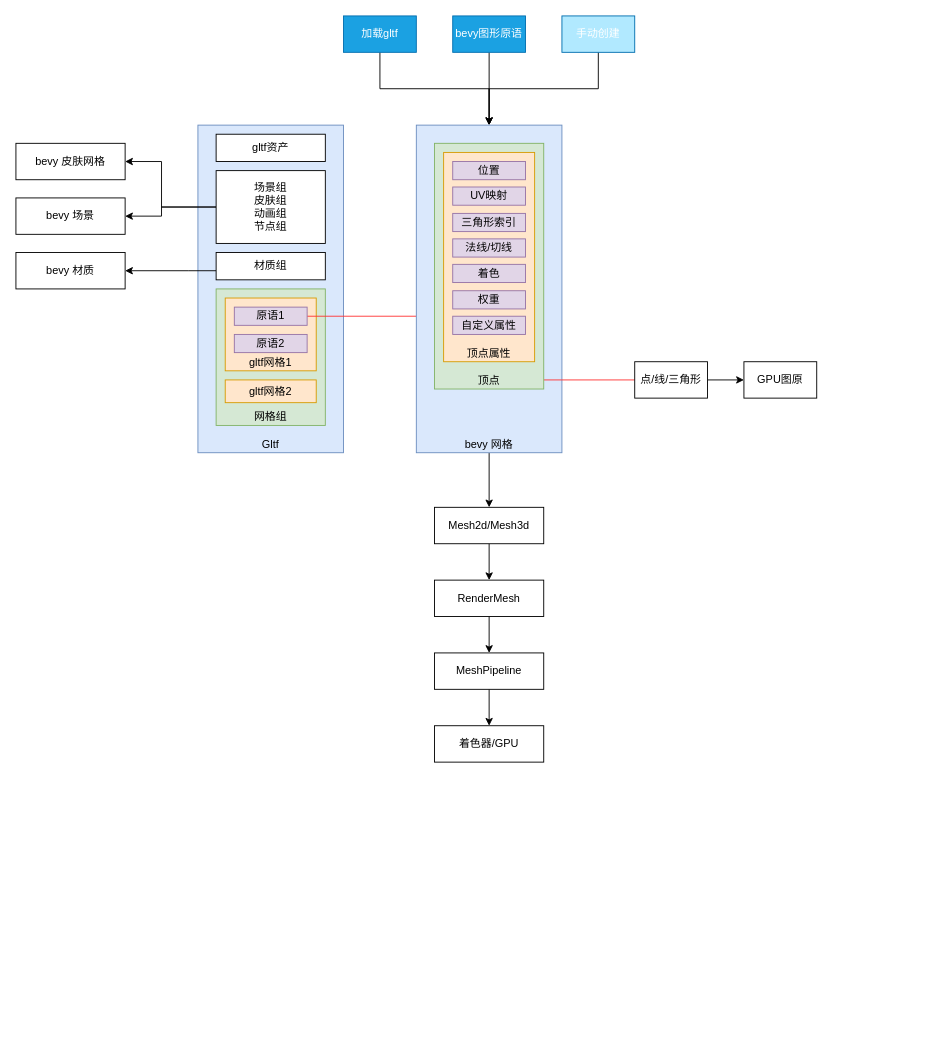
This is page "gltf" (4 of 4) of bevy-0.17.drawio from topkg/graph, a draw.io file, before an edit. Source tidied: cells renumbered, new cells numbered last; positions are measured from the earlier drawing's top-left corner, leaving out a move shared by most shapes. Both pictures are drawn from the tidied source at 91%, with x=0, y=0 at pixel (15, 15).
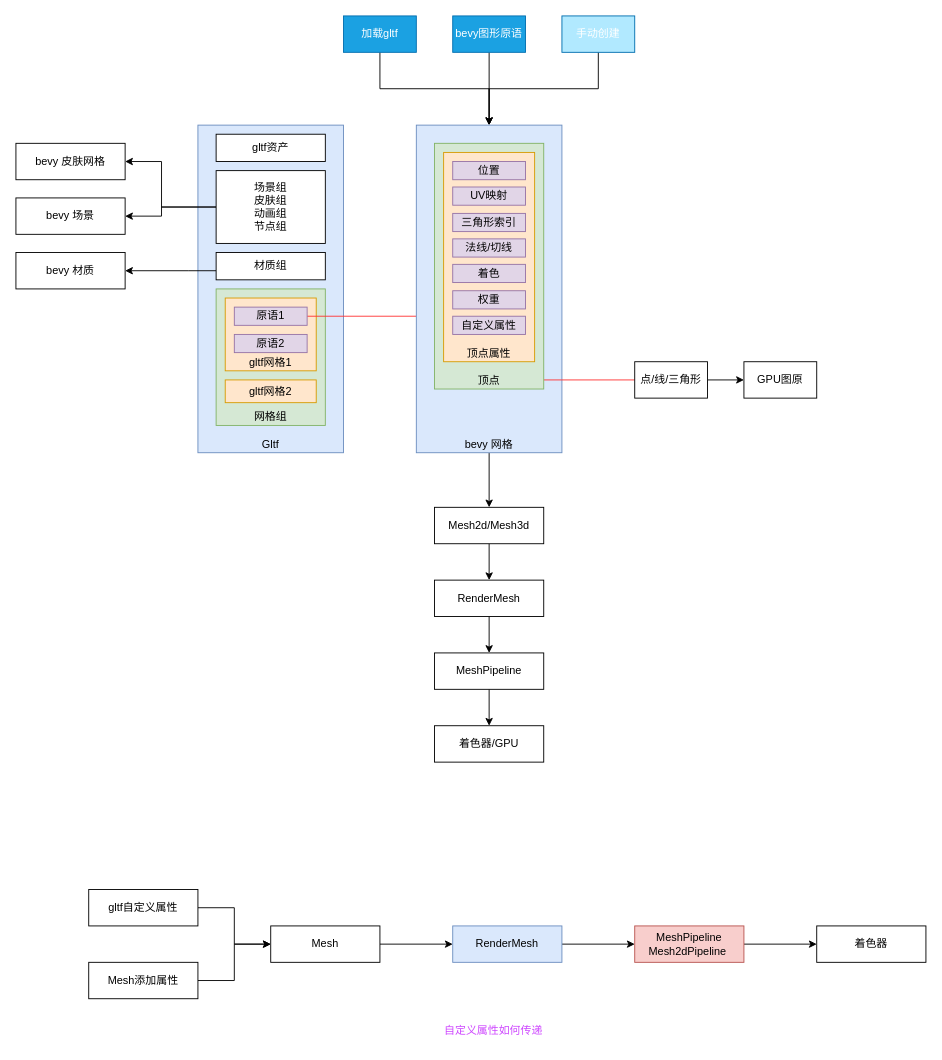
The same diagram, later.

Commit message:
自定义Mesh属性如何传递

The edit, as a diff of the source:
```diff
@@
+    <mxCell id="46" style="edgeStyle=orthogonalEdgeStyle;rounded=0;jettySize=auto;html=1;" parent="1" edge="1" source="47" target="51">
+      <mxGeometry relative="1" as="geometry" />
+    </mxCell>
+    <mxCell id="47" value="gltf自定义属性" style="rounded=0;whiteSpace=wrap;html=1;" parent="1" vertex="1">
+      <mxGeometry x="80" y="960" width="120" height="40" as="geometry" />
+    </mxCell>
+    <mxCell id="48" style="edgeStyle=orthogonalEdgeStyle;rounded=0;jettySize=auto;html=1;" parent="1" edge="1" source="49" target="51">
+      <mxGeometry relative="1" as="geometry" />
+    </mxCell>
+    <mxCell id="49" value="Mesh添加属性" style="rounded=0;whiteSpace=wrap;html=1;" parent="1" vertex="1">
+      <mxGeometry x="80" y="1040" width="120" height="40" as="geometry" />
+    </mxCell>
+    <mxCell id="50" style="edgeStyle=orthogonalEdgeStyle;rounded=0;jettySize=auto;html=1;" parent="1" edge="1" source="51" target="53">
+      <mxGeometry relative="1" as="geometry" />
+    </mxCell>
+    <mxCell id="51" value="Mesh" style="rounded=0;whiteSpace=wrap;html=1;" parent="1" vertex="1">
+      <mxGeometry x="280" y="1000" width="120" height="40" as="geometry" />
+    </mxCell>
+    <mxCell id="52" style="edgeStyle=orthogonalEdgeStyle;rounded=0;jettySize=auto;html=1;" parent="1" edge="1" source="53" target="55">
+      <mxGeometry relative="1" as="geometry" />
+    </mxCell>
+    <mxCell id="53" value="RenderMesh" style="rounded=0;whiteSpace=wrap;html=1;fillColor=#dae8fc;strokeColor=#6c8ebf;" parent="1" vertex="1">
+      <mxGeometry x="480" y="1000" width="120" height="40" as="geometry" />
+    </mxCell>
+    <mxCell id="54" style="edgeStyle=orthogonalEdgeStyle;rounded=0;jettySize=auto;html=1;" parent="1" edge="1" source="55" target="56">
+      <mxGeometry relative="1" as="geometry" />
+    </mxCell>
+    <mxCell id="55" value="MeshPipeline&lt;div&gt;Mesh2dPipeline&amp;nbsp;&lt;/div&gt;" style="rounded=0;whiteSpace=wrap;html=1;fillColor=#f8cecc;strokeColor=#b85450;" parent="1" vertex="1">
+      <mxGeometry x="680" y="1000" width="120" height="40" as="geometry" />
+    </mxCell>
+    <mxCell id="56" value="着色器" style="rounded=0;whiteSpace=wrap;html=1;" parent="1" vertex="1">
+      <mxGeometry x="880" y="1000" width="120" height="40" as="geometry" />
+    </mxCell>
+    <mxCell id="57" value="自定义属性如何传递" style="text;html=1;align=center;verticalAlign=middle;whiteSpace=wrap;rounded=0;fontColor=#CE47FF;" parent="1" vertex="1">
+      <mxGeometry x="440" y="1100" width="170" height="30" as="geometry" />
+    </mxCell>
```
